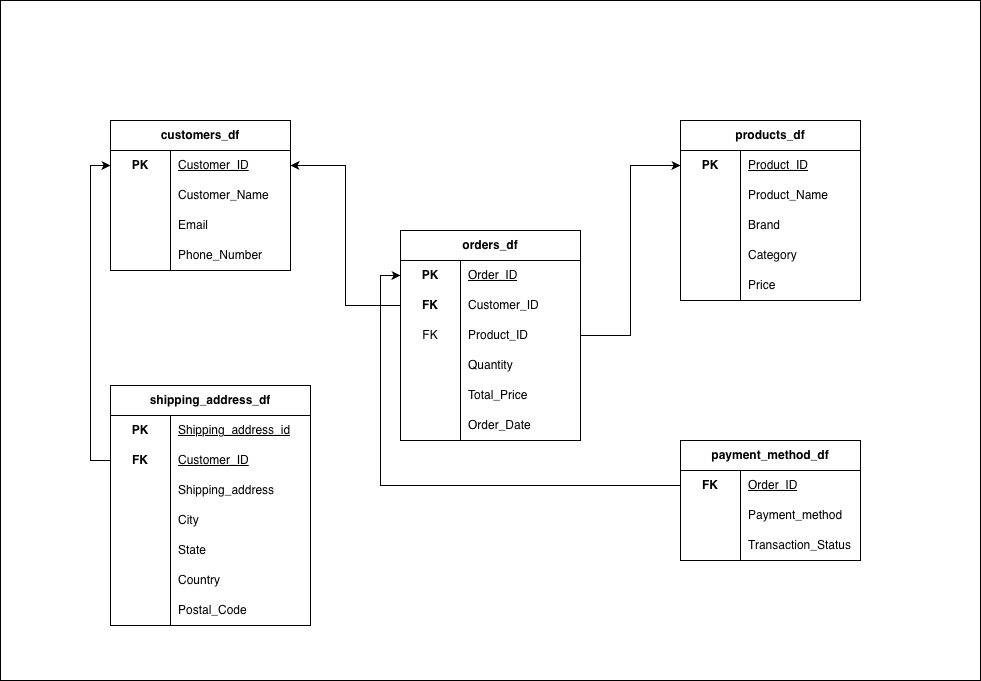
Earlier version of the draw.io export docs/erd.png (esodevops/yanki-window-functions). Source tidied: cells renumbered, new cells last; positions are measured from the earlier drawing's top-left corner, leaving out a move shared by most shapes.
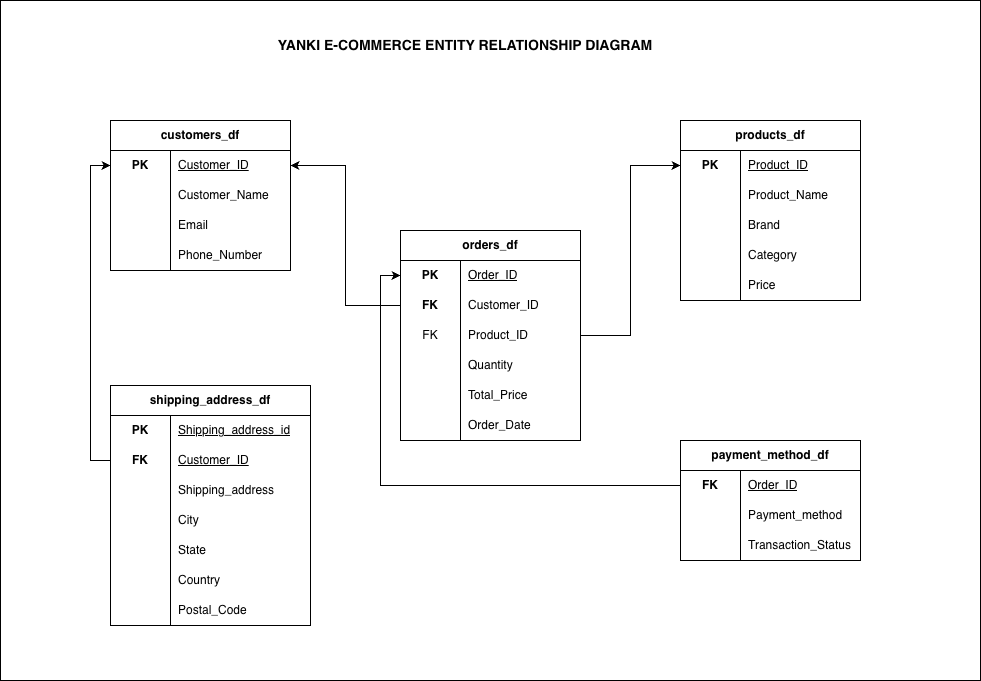
After the change.

Diff of the diagram source:
```diff
@@ -257,5 +257,8 @@
     <mxCell id="86" style="edgeStyle=orthogonalEdgeStyle;rounded=0;jettySize=auto;html=1;entryX=0;entryY=0.5;entryDx=0;entryDy=0;" parent="1" edge="1" source="55" target="4">
       <mxGeometry relative="1" as="geometry" />
     </mxCell>
+    <mxCell id="87" value="&lt;font style=&quot;font-size: 14px;&quot;&gt;&lt;b&gt;YANKI E-COMMERCE ENTITY RELATIONSHIP DIAGRAM&lt;/b&gt;&lt;/font&gt;" style="text;html=1;whiteSpace=wrap;strokeColor=none;fillColor=none;align=center;verticalAlign=middle;rounded=0;" parent="1" vertex="1">
+      <mxGeometry x="270" y="30" width="390" height="30" as="geometry" />
+    </mxCell>
   </root>
 </mxGraphModel>
```
